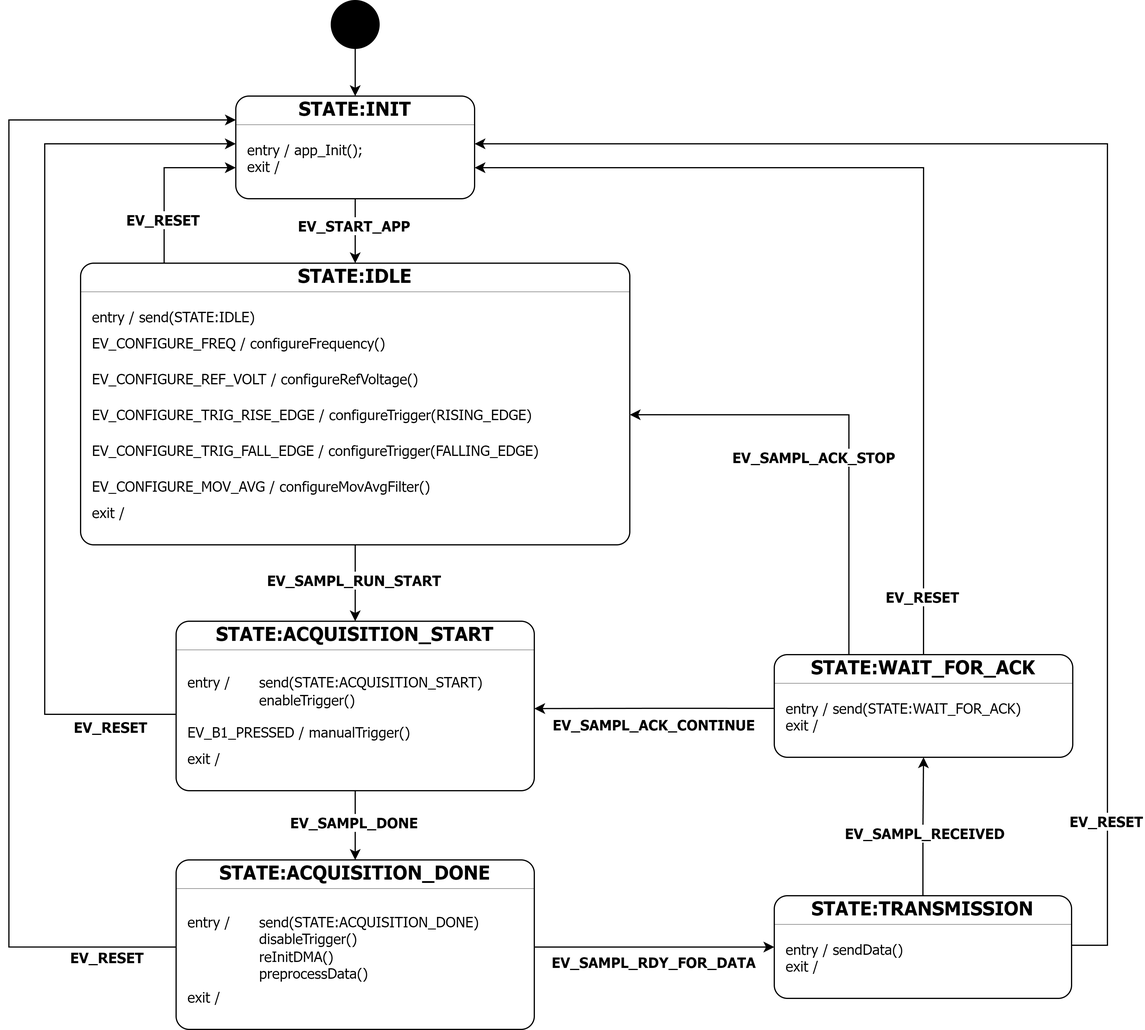
Before: docs/img/StateDiagram_Firmware_V1.png, a diagram exported from draw.io (nicolstr/usb-oscilloscope). Source tidied: cells renumbered, new cells last; positions are measured from the earlier drawing's top-left corner, leaving out a move shared by most shapes.
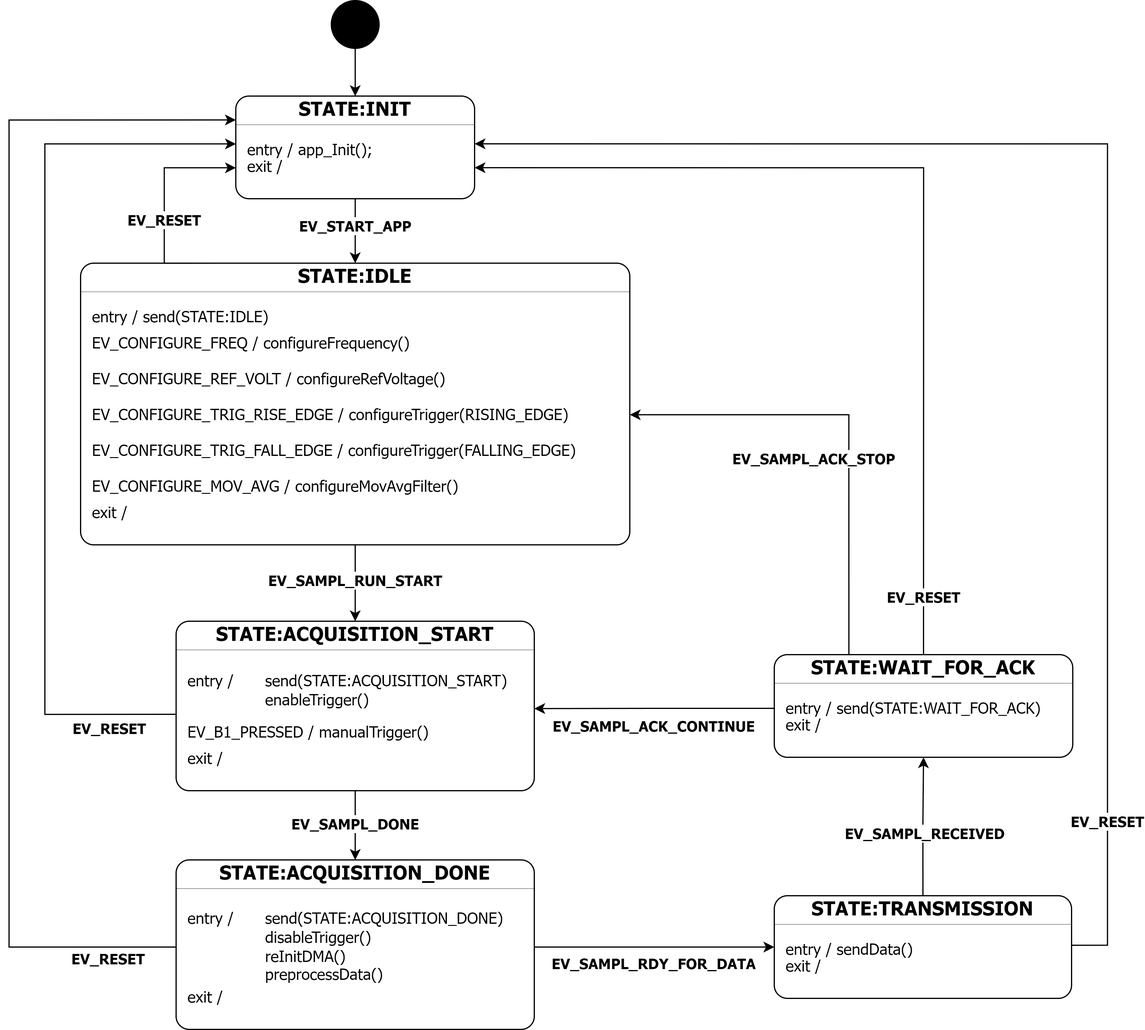
The same diagram one commit later.

What changed in the source:
```diff
@@ -20,10 +20,10 @@
     <mxCell id="7" style="html=1;align=left;spacing=0;spacingLeft=10;verticalAlign=middle;strokeColor=none;fillColor=none;whiteSpace=wrap;fontFamily=Tahoma;" parent="4" vertex="1">
       <mxGeometry y="28" width="200" height="10" as="geometry" />
     </mxCell>
-    <mxCell id="8" value="&lt;span style=&quot;&quot;&gt;entry / app_Init();&lt;/span&gt;" style="html=1;align=left;spacing=0;spacingLeft=10;verticalAlign=middle;strokeColor=none;fillColor=none;whiteSpace=wrap;fontFamily=Tahoma;" parent="4" vertex="1">
+    <mxCell id="8" value="&lt;span&gt;entry / app_Init();&lt;/span&gt;" style="html=1;align=left;spacing=0;spacingLeft=10;verticalAlign=middle;strokeColor=none;fillColor=none;whiteSpace=wrap;fontFamily=Tahoma;fontSize=13;" parent="4" vertex="1">
       <mxGeometry y="38" width="200" height="14" as="geometry" />
     </mxCell>
-    <mxCell id="9" value="&lt;font&gt;exit /&lt;/font&gt;" style="html=1;align=left;spacingLeft=10;spacing=0;verticalAlign=middle;strokeColor=none;fillColor=none;whiteSpace=wrap;fontFamily=Tahoma;" parent="4" vertex="1">
+    <mxCell id="9" value="&lt;font&gt;exit /&lt;/font&gt;" style="html=1;align=left;spacingLeft=10;spacing=0;verticalAlign=middle;strokeColor=none;fillColor=none;whiteSpace=wrap;fontFamily=Tahoma;fontSize=13;" parent="4" vertex="1">
       <mxGeometry y="52" width="200" height="14" as="geometry" />
     </mxCell>
     <mxCell id="10" style="html=1;align=left;spacing=0;spacingLeft=10;verticalAlign=middle;strokeColor=none;fillColor=none;whiteSpace=wrap;fontFamily=Tahoma;" parent="4" vertex="1">
@@ -41,25 +41,25 @@
     <mxCell id="14" style="html=1;align=left;spacing=0;spacingLeft=10;verticalAlign=middle;strokeColor=none;fillColor=none;whiteSpace=wrap;fontFamily=Tahoma;" parent="11" vertex="1">
       <mxGeometry y="28" width="460" height="10" as="geometry" />
     </mxCell>
-    <mxCell id="15" value="entry / send(STATE:IDLE)" style="html=1;align=left;spacing=0;spacingLeft=10;verticalAlign=middle;strokeColor=none;fillColor=none;whiteSpace=wrap;fontFamily=Tahoma;" parent="11" vertex="1">
+    <mxCell id="15" value="entry / send(STATE:IDLE)" style="html=1;align=left;spacing=0;spacingLeft=10;verticalAlign=middle;strokeColor=none;fillColor=none;whiteSpace=wrap;fontFamily=Tahoma;fontSize=13;" parent="11" vertex="1">
       <mxGeometry y="38" width="460" height="14" as="geometry" />
     </mxCell>
-    <mxCell id="16" value="EV_CONFIGURE_FREQ / configureFrequency()" style="html=1;align=left;spacing=0;spacingLeft=10;verticalAlign=middle;strokeColor=none;fillColor=none;whiteSpace=wrap;fontFamily=Tahoma;" parent="11" vertex="1">
+    <mxCell id="16" value="EV_CONFIGURE_FREQ / configureFrequency()" style="html=1;align=left;spacing=0;spacingLeft=10;verticalAlign=middle;strokeColor=none;fillColor=none;whiteSpace=wrap;fontFamily=Tahoma;fontSize=13;" parent="11" vertex="1">
       <mxGeometry y="52" width="460" height="30" as="geometry" />
     </mxCell>
-    <mxCell id="17" value="EV_CONFIGURE_REF_VOLT / configureRefVoltage()" style="html=1;align=left;spacing=0;spacingLeft=10;verticalAlign=middle;strokeColor=none;fillColor=none;whiteSpace=wrap;fontFamily=Tahoma;" parent="11" vertex="1">
+    <mxCell id="17" value="EV_CONFIGURE_REF_VOLT / configureRefVoltage()" style="html=1;align=left;spacing=0;spacingLeft=10;verticalAlign=middle;strokeColor=none;fillColor=none;whiteSpace=wrap;fontFamily=Tahoma;fontSize=13;" parent="11" vertex="1">
       <mxGeometry y="82" width="460" height="30" as="geometry" />
     </mxCell>
-    <mxCell id="18" value="EV_CONFIGURE_TRIG_RISE_EDGE / configureTrigger(RISING_EDGE)" style="html=1;align=left;spacing=0;spacingLeft=10;verticalAlign=middle;strokeColor=none;fillColor=none;whiteSpace=wrap;fontFamily=Tahoma;" parent="11" vertex="1">
+    <mxCell id="18" value="EV_CONFIGURE_TRIG_RISE_EDGE / configureTrigger(RISING_EDGE)" style="html=1;align=left;spacing=0;spacingLeft=10;verticalAlign=middle;strokeColor=none;fillColor=none;whiteSpace=wrap;fontFamily=Tahoma;fontSize=13;" parent="11" vertex="1">
       <mxGeometry y="112" width="460" height="30" as="geometry" />
     </mxCell>
-    <mxCell id="19" value="EV_CONFIGURE_TRIG_FALL_EDGE / configureTrigger(FALLING_EDGE)" style="html=1;align=left;spacing=0;spacingLeft=10;verticalAlign=middle;strokeColor=none;fillColor=none;whiteSpace=wrap;fontFamily=Tahoma;" parent="11" vertex="1">
+    <mxCell id="19" value="EV_CONFIGURE_TRIG_FALL_EDGE / configureTrigger(FALLING_EDGE)" style="html=1;align=left;spacing=0;spacingLeft=10;verticalAlign=middle;strokeColor=none;fillColor=none;whiteSpace=wrap;fontFamily=Tahoma;fontSize=13;" parent="11" vertex="1">
       <mxGeometry y="142" width="460" height="30" as="geometry" />
     </mxCell>
-    <mxCell id="20" value="EV_CONFIGURE_MOV_AVG / configureMovAvgFilter()" style="html=1;align=left;spacing=0;spacingLeft=10;verticalAlign=middle;strokeColor=none;fillColor=none;whiteSpace=wrap;fontFamily=Tahoma;" parent="11" vertex="1">
+    <mxCell id="20" value="EV_CONFIGURE_MOV_AVG / configureMovAvgFilter()" style="html=1;align=left;spacing=0;spacingLeft=10;verticalAlign=middle;strokeColor=none;fillColor=none;whiteSpace=wrap;fontFamily=Tahoma;fontSize=13;" parent="11" vertex="1">
       <mxGeometry y="172" width="460" height="30" as="geometry" />
     </mxCell>
-    <mxCell id="21" value="exit /" style="html=1;align=left;spacingLeft=10;spacing=0;verticalAlign=middle;strokeColor=none;fillColor=none;whiteSpace=wrap;fontFamily=Tahoma;" parent="11" vertex="1">
+    <mxCell id="21" value="exit /" style="html=1;align=left;spacingLeft=10;spacing=0;verticalAlign=middle;strokeColor=none;fillColor=none;whiteSpace=wrap;fontFamily=Tahoma;fontSize=13;" parent="11" vertex="1">
       <mxGeometry y="202" width="460" height="14" as="geometry" />
     </mxCell>
     <mxCell id="22" style="html=1;align=left;spacing=0;spacingLeft=10;verticalAlign=middle;strokeColor=none;fillColor=none;whiteSpace=wrap;fontFamily=Tahoma;" parent="11" vertex="1">
@@ -77,16 +77,16 @@
     <mxCell id="26" style="html=1;align=left;spacing=0;spacingLeft=10;verticalAlign=middle;strokeColor=none;fillColor=none;whiteSpace=wrap;fontFamily=Tahoma;" parent="23" vertex="1">
       <mxGeometry y="28" width="300" height="10" as="geometry" />
     </mxCell>
-    <mxCell id="27" value="entry / &lt;span style=&quot;white-space: pre;&quot;&gt;&#9;&lt;/span&gt;send(STATE:ACQUISITION_START)&lt;div&gt;&lt;span style=&quot;white-space: pre;&quot;&gt;&#9;&amp;nbsp;&lt;/span&gt;&amp;nbsp; &lt;span style=&quot;white-space: pre;&quot;&gt;&#9;&lt;/span&gt;enableTrigger()&lt;br&gt;&lt;/div&gt;" style="html=1;align=left;spacing=0;spacingLeft=10;verticalAlign=middle;strokeColor=none;fillColor=none;whiteSpace=wrap;fontFamily=Tahoma;" parent="23" vertex="1">
+    <mxCell id="27" value="entry / &lt;span style=&quot;white-space: pre;&quot;&gt;&#9;&lt;/span&gt;send(STATE:ACQUISITION_START)&lt;div&gt;&lt;span style=&quot;white-space: pre;&quot;&gt;&#9;&amp;nbsp;&lt;/span&gt;&amp;nbsp; &lt;span style=&quot;white-space: pre;&quot;&gt;&#9;&lt;/span&gt;enableTrigger()&lt;br&gt;&lt;/div&gt;" style="html=1;align=left;spacing=0;spacingLeft=10;verticalAlign=middle;strokeColor=none;fillColor=none;whiteSpace=wrap;fontFamily=Tahoma;fontSize=13;" parent="23" vertex="1">
       <mxGeometry y="38" width="300" height="40" as="geometry" />
     </mxCell>
-    <mxCell id="28" value="EV_B1_PRESSED / manualTrigger()" style="html=1;align=left;spacing=0;spacingLeft=10;verticalAlign=middle;strokeColor=none;fillColor=none;whiteSpace=wrap;fontFamily=Tahoma;" parent="23" vertex="1">
+    <mxCell id="28" value="EV_B1_PRESSED / manualTrigger()" style="html=1;align=left;spacing=0;spacingLeft=10;verticalAlign=middle;strokeColor=none;fillColor=none;whiteSpace=wrap;fontFamily=Tahoma;fontSize=13;" parent="23" vertex="1">
       <mxGeometry y="78" width="300" height="30" as="geometry" />
     </mxCell>
-    <mxCell id="29" value="exit /" style="html=1;align=left;spacingLeft=10;spacing=0;verticalAlign=middle;strokeColor=none;fillColor=none;whiteSpace=wrap;fontFamily=Tahoma;" parent="23" vertex="1">
+    <mxCell id="29" value="exit /" style="html=1;align=left;spacingLeft=10;spacing=0;verticalAlign=middle;strokeColor=none;fillColor=none;whiteSpace=wrap;fontFamily=Tahoma;fontSize=13;" parent="23" vertex="1">
       <mxGeometry y="108" width="300" height="14" as="geometry" />
     </mxCell>
-    <mxCell id="30" style="html=1;align=left;spacing=0;spacingLeft=10;verticalAlign=middle;strokeColor=none;fillColor=none;whiteSpace=wrap;fontFamily=Tahoma;" parent="23" vertex="1">
+    <mxCell id="30" style="html=1;align=left;spacing=0;spacingLeft=10;verticalAlign=middle;strokeColor=none;fillColor=none;whiteSpace=wrap;fontFamily=Tahoma;fontSize=13;" parent="23" vertex="1">
       <mxGeometry y="122" width="300" height="20" as="geometry" />
     </mxCell>
     <mxCell id="31" style="fontStyle=1;align=center;verticalAlign=middle;horizontal=1;rounded=1;absoluteArcSize=1;arcSize=22;fontFamily=Tahoma;" parent="1" vertex="1">
@@ -101,10 +101,10 @@
     <mxCell id="34" style="html=1;align=left;spacing=0;spacingLeft=10;verticalAlign=middle;strokeColor=none;fillColor=none;whiteSpace=wrap;fontFamily=Tahoma;" parent="31" vertex="1">
       <mxGeometry y="28" width="300" height="10" as="geometry" />
     </mxCell>
-    <mxCell id="35" value="entry /&lt;span style=&quot;white-space: pre;&quot;&gt;&#9;&lt;/span&gt;send(STATE:ACQUISITION_DONE)&lt;div&gt;&lt;span style=&quot;white-space: pre;&quot;&gt;&#9;&lt;/span&gt;&amp;nbsp; &amp;nbsp;&lt;span style=&quot;white-space: pre;&quot;&gt;&#9;&lt;/span&gt;disableTrigger()&lt;br&gt;&lt;/div&gt;&lt;div&gt;&lt;span style=&quot;white-space: pre;&quot;&gt;&#9;&lt;/span&gt;&amp;nbsp; &amp;nbsp;&lt;span style=&quot;white-space: pre;&quot;&gt;&#9;&lt;/span&gt;reInitDMA()&lt;br&gt;&lt;/div&gt;&lt;div&gt;&lt;span style=&quot;white-space: pre;&quot;&gt;&#9;&lt;/span&gt;&amp;nbsp; &amp;nbsp;&lt;span style=&quot;white-space: pre;&quot;&gt;&#9;&lt;/span&gt;preprocessData()&lt;/div&gt;" style="html=1;align=left;spacing=0;spacingLeft=10;verticalAlign=middle;strokeColor=none;fillColor=none;whiteSpace=wrap;fontFamily=Tahoma;" parent="31" vertex="1">
+    <mxCell id="35" value="entry /&lt;span style=&quot;white-space: pre;&quot;&gt;&#9;&lt;/span&gt;send(STATE:ACQUISITION_DONE)&lt;div&gt;&lt;span style=&quot;white-space: pre;&quot;&gt;&#9;&lt;/span&gt;&amp;nbsp; &amp;nbsp;&lt;span style=&quot;white-space: pre;&quot;&gt;&#9;&lt;/span&gt;disableTrigger()&lt;br&gt;&lt;/div&gt;&lt;div&gt;&lt;span style=&quot;white-space: pre;&quot;&gt;&#9;&lt;/span&gt;&amp;nbsp; &amp;nbsp;&lt;span style=&quot;white-space: pre;&quot;&gt;&#9;&lt;/span&gt;reInitDMA()&lt;br&gt;&lt;/div&gt;&lt;div&gt;&lt;span style=&quot;white-space: pre;&quot;&gt;&#9;&lt;/span&gt;&amp;nbsp; &amp;nbsp;&lt;span style=&quot;white-space: pre;&quot;&gt;&#9;&lt;/span&gt;preprocessData()&lt;/div&gt;" style="html=1;align=left;spacing=0;spacingLeft=10;verticalAlign=middle;strokeColor=none;fillColor=none;whiteSpace=wrap;fontFamily=Tahoma;fontSize=13;" parent="31" vertex="1">
       <mxGeometry y="38" width="300" height="70" as="geometry" />
     </mxCell>
-    <mxCell id="36" value="exit /" style="html=1;align=left;spacingLeft=10;spacing=0;verticalAlign=middle;strokeColor=none;fillColor=none;whiteSpace=wrap;fontFamily=Tahoma;" parent="31" vertex="1">
+    <mxCell id="36" value="exit /" style="html=1;align=left;spacingLeft=10;spacing=0;verticalAlign=middle;strokeColor=none;fillColor=none;whiteSpace=wrap;fontFamily=Tahoma;fontSize=13;" parent="31" vertex="1">
       <mxGeometry y="108" width="300" height="14" as="geometry" />
     </mxCell>
     <mxCell id="37" style="html=1;align=left;spacing=0;spacingLeft=10;verticalAlign=middle;strokeColor=none;fillColor=none;whiteSpace=wrap;fontFamily=Tahoma;" parent="31" vertex="1">
@@ -122,10 +122,10 @@
     <mxCell id="41" style="html=1;align=left;spacing=0;spacingLeft=10;verticalAlign=middle;strokeColor=none;fillColor=none;whiteSpace=wrap;fontFamily=Tahoma;" parent="38" vertex="1">
       <mxGeometry y="28" width="249" height="10" as="geometry" />
     </mxCell>
-    <mxCell id="42" value="&lt;span style=&quot;&quot;&gt;entry / sendData()&lt;/span&gt;" style="html=1;align=left;spacing=0;spacingLeft=10;verticalAlign=middle;strokeColor=none;fillColor=none;whiteSpace=wrap;fontFamily=Tahoma;" parent="38" vertex="1">
+    <mxCell id="42" value="&lt;span&gt;entry / sendData()&lt;/span&gt;" style="html=1;align=left;spacing=0;spacingLeft=10;verticalAlign=middle;strokeColor=none;fillColor=none;whiteSpace=wrap;fontFamily=Tahoma;fontSize=13;" parent="38" vertex="1">
       <mxGeometry y="38" width="249" height="14" as="geometry" />
     </mxCell>
-    <mxCell id="43" value="&lt;font&gt;exit /&lt;/font&gt;" style="html=1;align=left;spacingLeft=10;spacing=0;verticalAlign=middle;strokeColor=none;fillColor=none;whiteSpace=wrap;fontFamily=Tahoma;" parent="38" vertex="1">
+    <mxCell id="43" value="&lt;font&gt;exit /&lt;/font&gt;" style="html=1;align=left;spacingLeft=10;spacing=0;verticalAlign=middle;strokeColor=none;fillColor=none;whiteSpace=wrap;fontFamily=Tahoma;fontSize=13;" parent="38" vertex="1">
       <mxGeometry y="52" width="249" height="14" as="geometry" />
     </mxCell>
     <mxCell id="44" style="html=1;align=left;spacing=0;spacingLeft=10;verticalAlign=middle;strokeColor=none;fillColor=none;whiteSpace=wrap;fontFamily=Tahoma;" parent="38" vertex="1">
@@ -143,10 +143,10 @@
     <mxCell id="48" style="html=1;align=left;spacing=0;spacingLeft=10;verticalAlign=middle;strokeColor=none;fillColor=none;whiteSpace=wrap;fontFamily=Tahoma;" parent="45" vertex="1">
       <mxGeometry y="28" width="250" height="10" as="geometry" />
     </mxCell>
-    <mxCell id="49" value="&lt;span style=&quot;&quot;&gt;entry /&amp;nbsp;&lt;/span&gt;&lt;span style=&quot;&quot;&gt;send(STATE:WAIT_FOR_ACK)&lt;/span&gt;" style="html=1;align=left;spacing=0;spacingLeft=10;verticalAlign=middle;strokeColor=none;fillColor=none;whiteSpace=wrap;fontFamily=Tahoma;" parent="45" vertex="1">
+    <mxCell id="49" value="&lt;span&gt;entry /&amp;nbsp;&lt;/span&gt;&lt;span&gt;send(STATE:WAIT_FOR_ACK)&lt;/span&gt;" style="html=1;align=left;spacing=0;spacingLeft=10;verticalAlign=middle;strokeColor=none;fillColor=none;whiteSpace=wrap;fontFamily=Tahoma;fontSize=13;" parent="45" vertex="1">
       <mxGeometry y="38" width="250" height="14" as="geometry" />
     </mxCell>
-    <mxCell id="50" value="&lt;font&gt;exit /&lt;/font&gt;" style="html=1;align=left;spacingLeft=10;spacing=0;verticalAlign=middle;strokeColor=none;fillColor=none;whiteSpace=wrap;fontFamily=Tahoma;" parent="45" vertex="1">
+    <mxCell id="50" value="&lt;font&gt;exit /&lt;/font&gt;" style="html=1;align=left;spacingLeft=10;spacing=0;verticalAlign=middle;strokeColor=none;fillColor=none;whiteSpace=wrap;fontFamily=Tahoma;fontSize=13;" parent="45" vertex="1">
       <mxGeometry y="52" width="250" height="14" as="geometry" />
     </mxCell>
     <mxCell id="51" style="html=1;align=left;spacing=0;spacingLeft=10;verticalAlign=middle;strokeColor=none;fillColor=none;whiteSpace=wrap;fontFamily=Tahoma;" parent="45" vertex="1">
```
